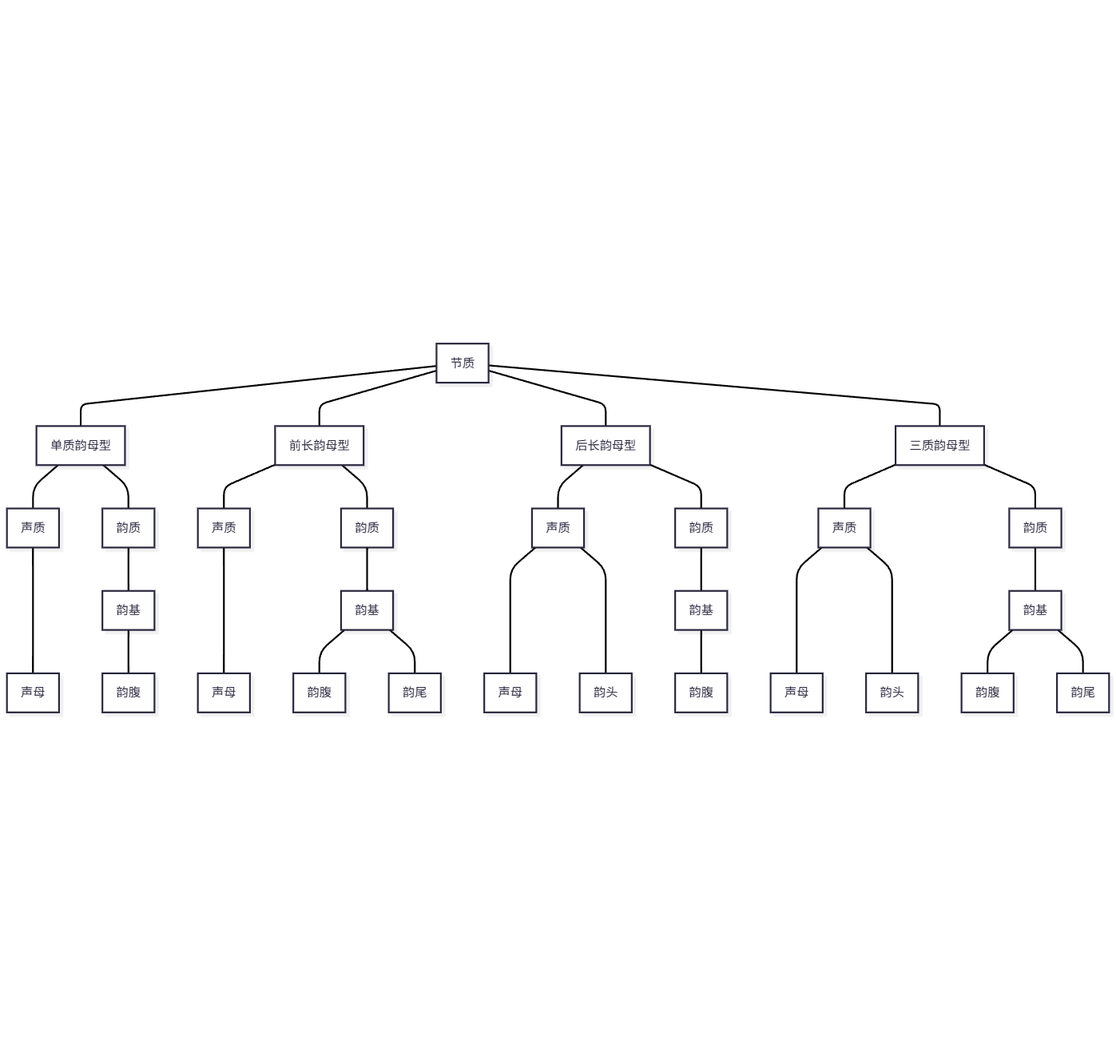
tsaanghwang/Yime-prototype keeps this Mermaid diagram as YIME_Theory/flowchart/节质结构模型曲韵学派.png. Above is the earlier version. Its source is kept beside it as YIME_Theory/flowchart/节质结构模型曲韵学派.mmd.
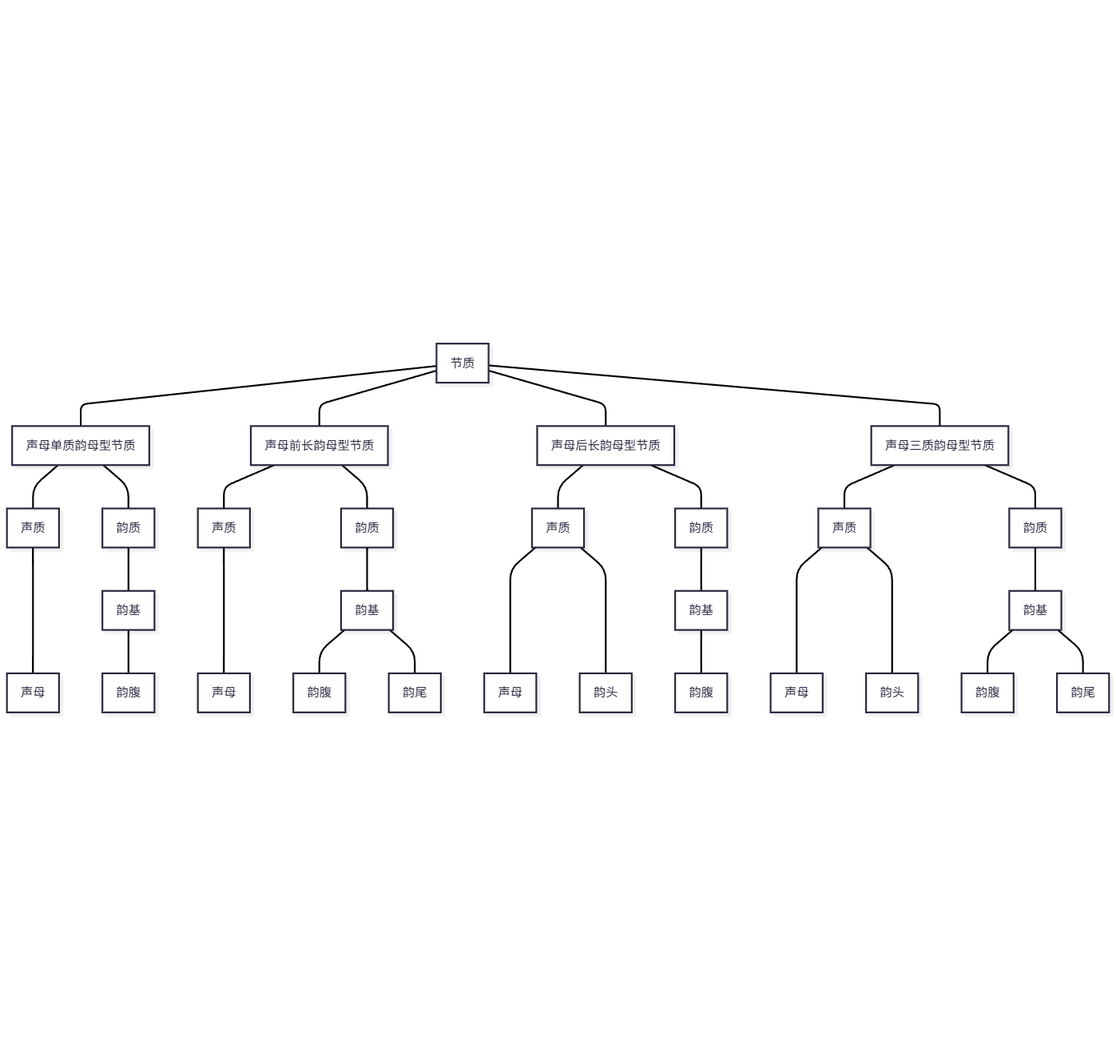
Above is the later version.

Diff of the diagram source:
```diff
@@ -1,8 +1,8 @@
 graph TB
-A[节质]  --- B1[单质韵母型]
-A --- B2[前长韵母型]
-A --- B3[后长韵母型]
-A --- B4[三质韵母型]
+A[节质]  --- B1[声母单质韵母型节质]
+A --- B2[声母前长韵母型节质]
+A --- B3[声母后长韵母型节质]
+A --- B4[声母三质韵母型节质]
 
 B1 --- C1[声质]
 B1 --- C2[韵质]
```
